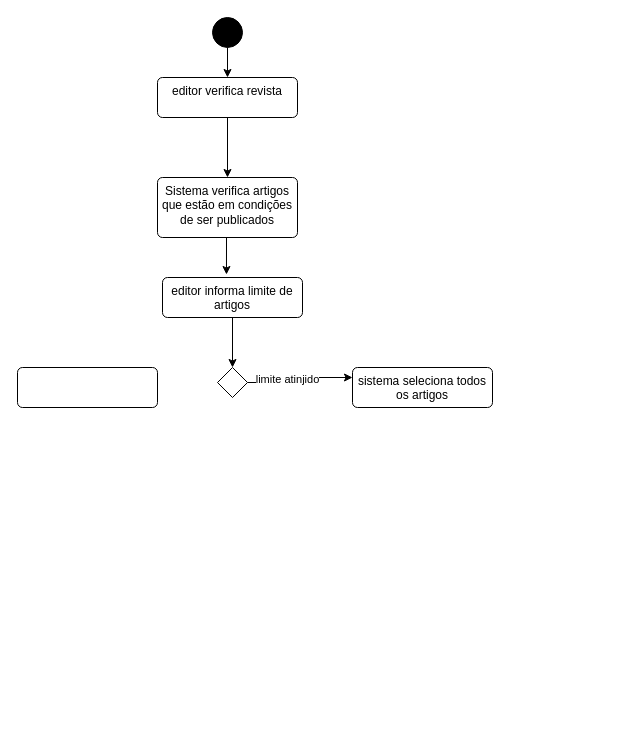
NickSplorer/diagramas_waldo keeps this draw.io diagram as diagrama de atividades exer1.drawio. Above is the earlier version. Source tidied: cells renumbered, new cells numbered last; positions are measured from the earlier drawing's top-left corner, leaving out a move shared by most shapes. Both pictures are drawn from the tidied source at 100%, with x=0, y=0 at pixel (17, 17).
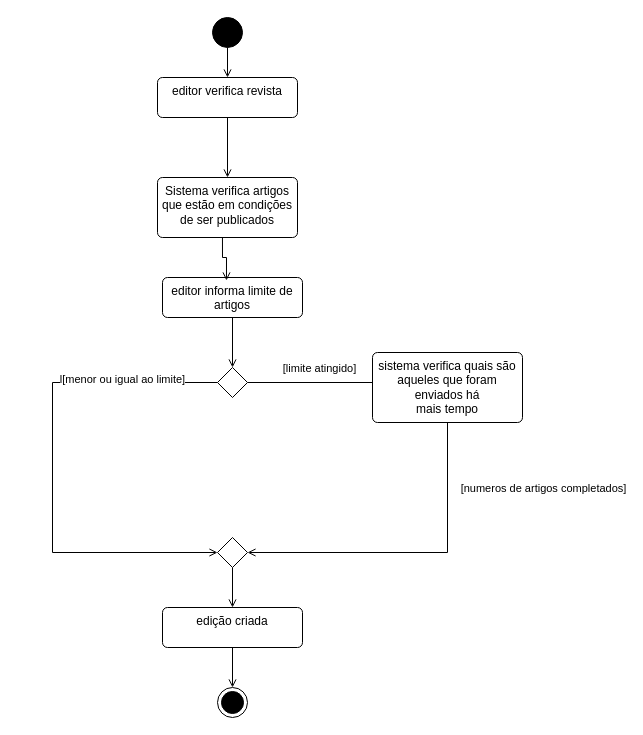
The same diagram, later.

The change refers to these unchanged cells:
```xml
<mxCell id="3" style="ellipse;fillColor=strokeColor;html=1;" parent="1" vertex="1">
  <mxGeometry x="195" width="30" height="30" as="geometry" />
</mxCell>
<mxCell id="5" value="editor verifica revista" style="html=1;align=center;verticalAlign=top;rounded=1;absoluteArcSize=1;arcSize=10;dashed=0;whiteSpace=wrap;" parent="1" vertex="1">
  <mxGeometry x="140" y="60" width="140" height="40" as="geometry" />
</mxCell>
<mxCell id="6" value="Sistema verifica&amp;nbsp;artigos que estão em condições de ser publicados" style="html=1;align=center;verticalAlign=top;rounded=1;absoluteArcSize=1;arcSize=10;dashed=0;whiteSpace=wrap;" parent="1" vertex="1">
  <mxGeometry x="140" y="160" width="140" height="60" as="geometry" />
</mxCell>
<mxCell id="8" value="editor informa limite de artigos" style="html=1;align=center;verticalAlign=top;rounded=1;absoluteArcSize=1;arcSize=10;dashed=0;whiteSpace=wrap;" parent="1" vertex="1">
  <mxGeometry x="145" y="260" width="140" height="40" as="geometry" />
</mxCell>
<mxCell id="12" style="rhombus;" parent="1" vertex="1">
  <mxGeometry x="200" y="350" width="30" height="30" as="geometry" />
</mxCell>
```

The edit, as a diff of the source:
```diff
@@
-    <mxCell id="2" style="edgeStyle=orthogonalEdgeStyle;rounded=0;jettySize=auto;html=1;" parent="1" edge="1" source="3" target="5">
+    <mxCell id="2" style="edgeStyle=orthogonalEdgeStyle;shape=connector;rounded=0;jettySize=auto;html=1;entryX=0.5;entryY=0;entryDx=0;entryDy=0;strokeColor=default;align=center;verticalAlign=middle;fontFamily=Helvetica;fontSize=11;fontColor=default;labelBackgroundColor=default;endArrow=open;endFill=0;" parent="1" edge="1" source="3" target="5">
       <mxGeometry relative="1" as="geometry" />
     </mxCell>
@@
-    <mxCell id="4" style="edgeStyle=orthogonalEdgeStyle;rounded=0;jettySize=auto;html=1;entryX=0.5;entryY=0;entryDx=0;entryDy=0;" parent="1" edge="1" source="5" target="6">
+    <mxCell id="4" style="edgeStyle=orthogonalEdgeStyle;shape=connector;rounded=0;jettySize=auto;html=1;entryX=0.5;entryY=0;entryDx=0;entryDy=0;strokeColor=default;align=center;verticalAlign=middle;fontFamily=Helvetica;fontSize=11;fontColor=default;labelBackgroundColor=default;endArrow=open;endFill=0;" parent="1" edge="1" source="5" target="6">
       <mxGeometry relative="1" as="geometry" />
     </mxCell>
@@
-    <mxCell id="7" style="edgeStyle=orthogonalEdgeStyle;rounded=0;jettySize=auto;html=1;entryX=0.5;entryY=0;entryDx=0;entryDy=0;" parent="1" edge="1" source="8" target="12">
+    <mxCell id="7" style="edgeStyle=orthogonalEdgeStyle;rounded=0;jettySize=auto;html=1;entryX=0.5;entryY=0;entryDx=0;entryDy=0;endArrow=open;endFill=0;" parent="1" edge="1" source="8" target="12">
       <mxGeometry relative="1" as="geometry" />
     </mxCell>
@@
-    <mxCell id="9" style="edgeStyle=orthogonalEdgeStyle;rounded=0;jettySize=auto;html=1;entryX=0.457;entryY=-0.075;entryDx=0;entryDy=0;entryPerimeter=0;exitX=0.5;exitY=1;exitDx=0;exitDy=0;" parent="1" edge="1" source="6" target="8">
-      <mxGeometry relative="1" as="geometry" />
-    </mxCell>
-    <mxCell id="10" style="edgeStyle=orthogonalEdgeStyle;rounded=0;jettySize=auto;html=1;entryX=0;entryY=0.25;entryDx=0;entryDy=0;" parent="1" edge="1" source="12" target="14">
-      <mxGeometry relative="1" as="geometry" />
+    <mxCell id="10" style="edgeStyle=orthogonalEdgeStyle;rounded=0;jettySize=auto;html=1;" parent="1" edge="1" source="12">
+      <mxGeometry relative="1" as="geometry">
+        <mxPoint x="385" y="365" as="targetPoint" />
+      </mxGeometry>
     </mxCell>
-    <mxCell id="11" value="limite atinjido" style="edgeLabel;html=1;align=center;verticalAlign=middle;" parent="10" vertex="1">
-      <mxGeometry x="-0.29" y="4" relative="1" as="geometry" />
+    <mxCell id="11" value="[limite atingido]" style="edgeLabel;html=1;align=center;verticalAlign=middle;" parent="10" vertex="1">
+      <mxGeometry x="-0.29" y="4" relative="1" as="geometry">
+        <mxPoint x="16" y="-11" as="offset" />
+      </mxGeometry>
     </mxCell>
+    <mxCell id="15" style="edgeStyle=orthogonalEdgeStyle;shape=connector;rounded=0;jettySize=auto;html=1;entryX=0;entryY=0.5;entryDx=0;entryDy=0;strokeColor=default;align=center;verticalAlign=middle;fontFamily=Helvetica;fontSize=11;fontColor=default;labelBackgroundColor=default;endArrow=open;endFill=0;" parent="1" edge="1" source="12" target="20">
+      <mxGeometry relative="1" as="geometry">
+        <Array as="points">
+          <mxPoint x="35" y="365" />
+          <mxPoint x="35" y="535" />
+        </Array>
+      </mxGeometry>
+    </mxCell>
+    <mxCell id="16" value="l[menor ou igual ao limite]" style="edgeLabel;html=1;align=center;verticalAlign=middle;fontFamily=Helvetica;fontSize=11;fontColor=default;labelBackgroundColor=default;" parent="15" vertex="1">
+      <mxGeometry x="-0.62" y="-4" relative="1" as="geometry" />
+    </mxCell>
@@
-    <mxCell id="13" style="html=1;align=center;verticalAlign=top;rounded=1;absoluteArcSize=1;arcSize=10;dashed=0;whiteSpace=wrap;" parent="1" vertex="1">
-      <mxGeometry y="350" width="140" height="40" as="geometry" />
-    </mxCell>
+    <mxCell id="17" style="edgeStyle=orthogonalEdgeStyle;shape=connector;rounded=0;jettySize=auto;html=1;entryX=1;entryY=0.5;entryDx=0;entryDy=0;strokeColor=default;align=center;verticalAlign=middle;fontFamily=Helvetica;fontSize=11;fontColor=default;labelBackgroundColor=default;endArrow=open;endFill=0;" parent="1" edge="1" source="14" target="20">
+      <mxGeometry relative="1" as="geometry">
+        <Array as="points">
+          <mxPoint x="430" y="535" />
+        </Array>
+      </mxGeometry>
+    </mxCell>
+    <mxCell id="18" value="[numeros de artigos completados]" style="edgeLabel;html=1;align=center;verticalAlign=middle;fontFamily=Helvetica;fontSize=11;fontColor=default;labelBackgroundColor=default;" parent="17" vertex="1">
+      <mxGeometry x="-0.48" y="-4" relative="1" as="geometry">
+        <mxPoint x="99" y="-21" as="offset" />
+      </mxGeometry>
+    </mxCell>
-    <mxCell id="14" value="sistema seleciona todos os artigos" style="html=1;align=center;verticalAlign=top;rounded=1;absoluteArcSize=1;arcSize=10;dashed=0;whiteSpace=wrap;" parent="1" vertex="1">
-      <mxGeometry x="335" y="350" width="140" height="40" as="geometry" />
+    <mxCell id="14" value="sistema verifica quais são aqueles que foram enviados há&lt;br/&gt;mais tempo" style="html=1;align=center;verticalAlign=top;rounded=1;absoluteArcSize=1;arcSize=10;dashed=0;whiteSpace=wrap;" parent="1" vertex="1">
+      <mxGeometry x="355" y="335" width="150" height="70" as="geometry" />
     </mxCell>
+    <mxCell id="19" style="edgeStyle=orthogonalEdgeStyle;shape=connector;rounded=0;jettySize=auto;html=1;strokeColor=default;align=center;verticalAlign=middle;fontFamily=Helvetica;fontSize=11;fontColor=default;labelBackgroundColor=default;endArrow=open;endFill=0;" parent="1" edge="1" source="20" target="22">
+      <mxGeometry relative="1" as="geometry" />
+    </mxCell>
+    <mxCell id="20" style="rhombus;" parent="1" vertex="1">
+      <mxGeometry x="200" y="520" width="30" height="30" as="geometry" />
+    </mxCell>
+    <mxCell id="21" style="edgeStyle=orthogonalEdgeStyle;shape=connector;rounded=0;jettySize=auto;html=1;entryX=0.5;entryY=0;entryDx=0;entryDy=0;strokeColor=default;align=center;verticalAlign=middle;fontFamily=Helvetica;fontSize=11;fontColor=default;labelBackgroundColor=default;endArrow=open;endFill=0;" parent="1" edge="1" source="22" target="23">
+      <mxGeometry relative="1" as="geometry" />
+    </mxCell>
+    <mxCell id="22" value="edição criada" style="html=1;align=center;verticalAlign=top;rounded=1;absoluteArcSize=1;arcSize=10;dashed=0;whiteSpace=wrap;" parent="1" vertex="1">
+      <mxGeometry x="145" y="590" width="140" height="40" as="geometry" />
+    </mxCell>
+    <mxCell id="9" style="edgeStyle=orthogonalEdgeStyle;shape=connector;rounded=0;jettySize=auto;html=1;entryX=0.457;entryY=0.075;entryDx=0;entryDy=0;entryPerimeter=0;strokeColor=default;align=center;verticalAlign=middle;fontFamily=Helvetica;fontSize=11;fontColor=default;labelBackgroundColor=default;endArrow=open;endFill=0;exitX=0.464;exitY=1;exitDx=0;exitDy=0;exitPerimeter=0;" parent="1" edge="1" source="6" target="8">
+      <mxGeometry relative="1" as="geometry" />
+    </mxCell>
+    <mxCell id="23" style="ellipse;html=1;shape=endState;fillColor=strokeColor;fontFamily=Helvetica;fontSize=11;fontColor=default;labelBackgroundColor=default;" parent="1" vertex="1">
+      <mxGeometry x="200" y="670" width="30" height="30" as="geometry" />
+    </mxCell>
```
